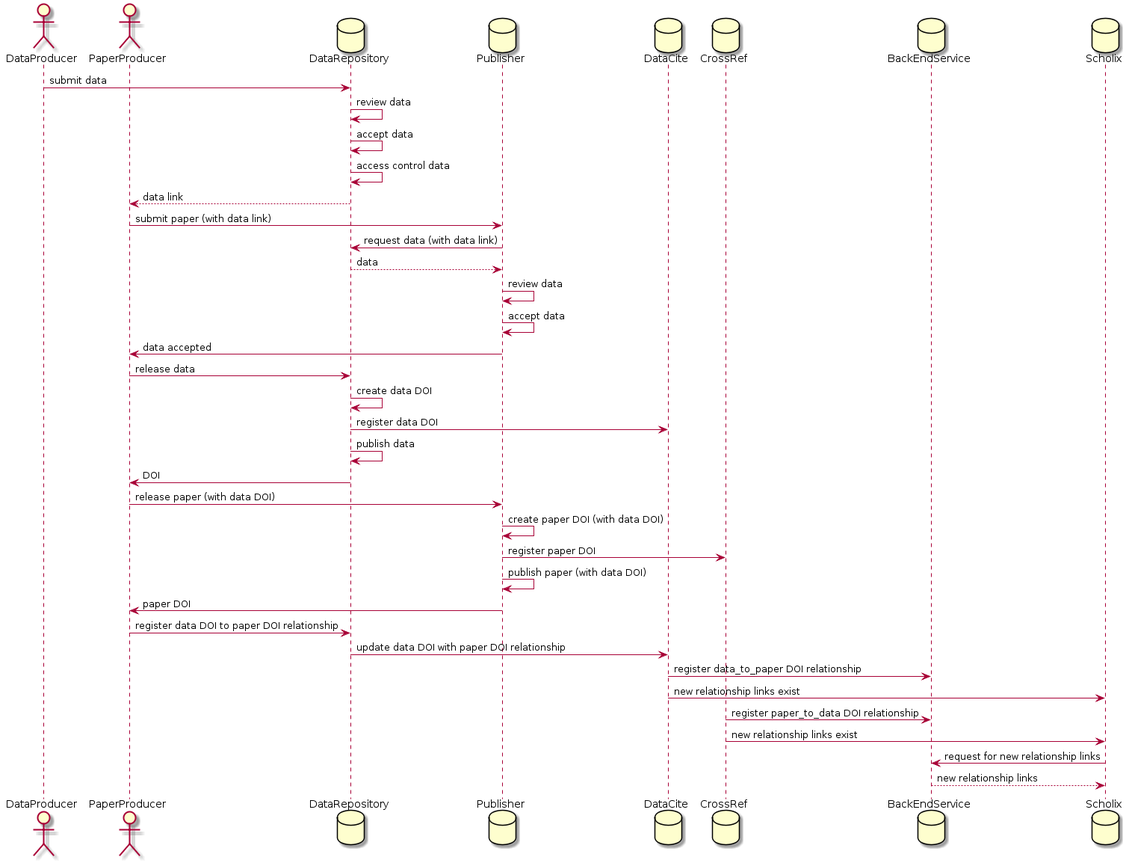
The PlantUML diagram images/THOR_A2.png in servilla/TAG-E, before a commit.
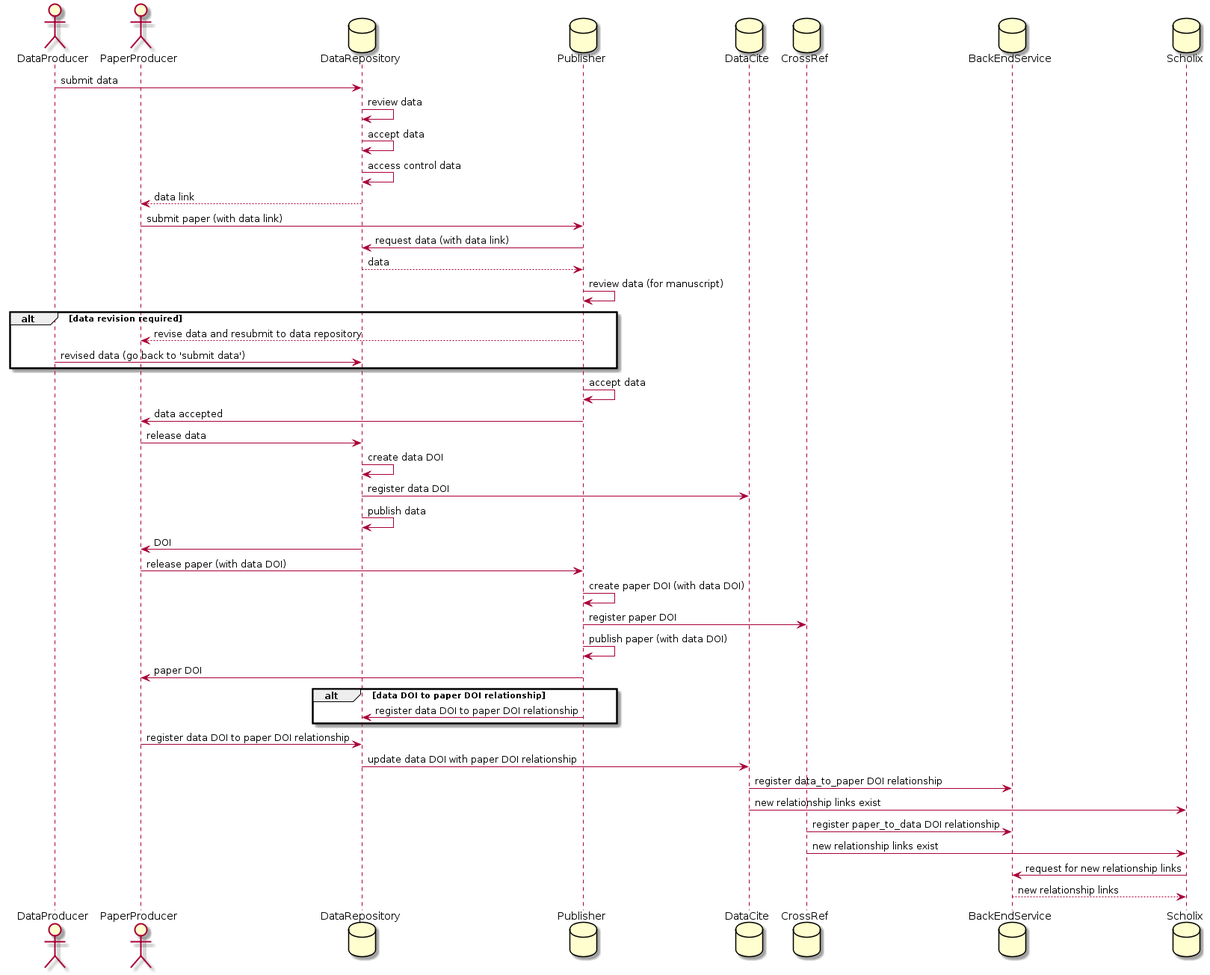
After the commit.

Commit message:
Update use cases per Potsdam discussion

Diff of the diagram source:
```diff
@@ -16,7 +16,15 @@
 PaperProducer -> Publisher: submit paper (with data link)
 Publisher -> DataRepository: request data (with data link)
 Publisher <-- DataRepository: data
-Publisher -> Publisher: review data
+Publisher -> Publisher: review data (for manuscript)
+
+alt data revision required
+
+    PaperProducer <-- Publisher: revise data and resubmit to data repository
+    DataProducer -> DataRepository: revised data (go back to 'submit data')
+
+end
+
 Publisher -> Publisher: accept data
 Publisher -> PaperProducer: data accepted
 PaperProducer -> DataRepository: release data
@@ -29,6 +37,13 @@
 Publisher -> CrossRef: register paper DOI
 Publisher -> Publisher: publish paper (with data DOI)
 Publisher -> PaperProducer: paper DOI
+
+alt data DOI to paper DOI relationship
+
+    Publisher -> DataRepository: register data DOI to paper DOI relationship
+
+end
+
 PaperProducer -> DataRepository: register data DOI to paper DOI relationship
 DataRepository -> DataCite: update data DOI with paper DOI relationship
 DataCite -> BackEndService: register data_to_paper DOI relationship
```
